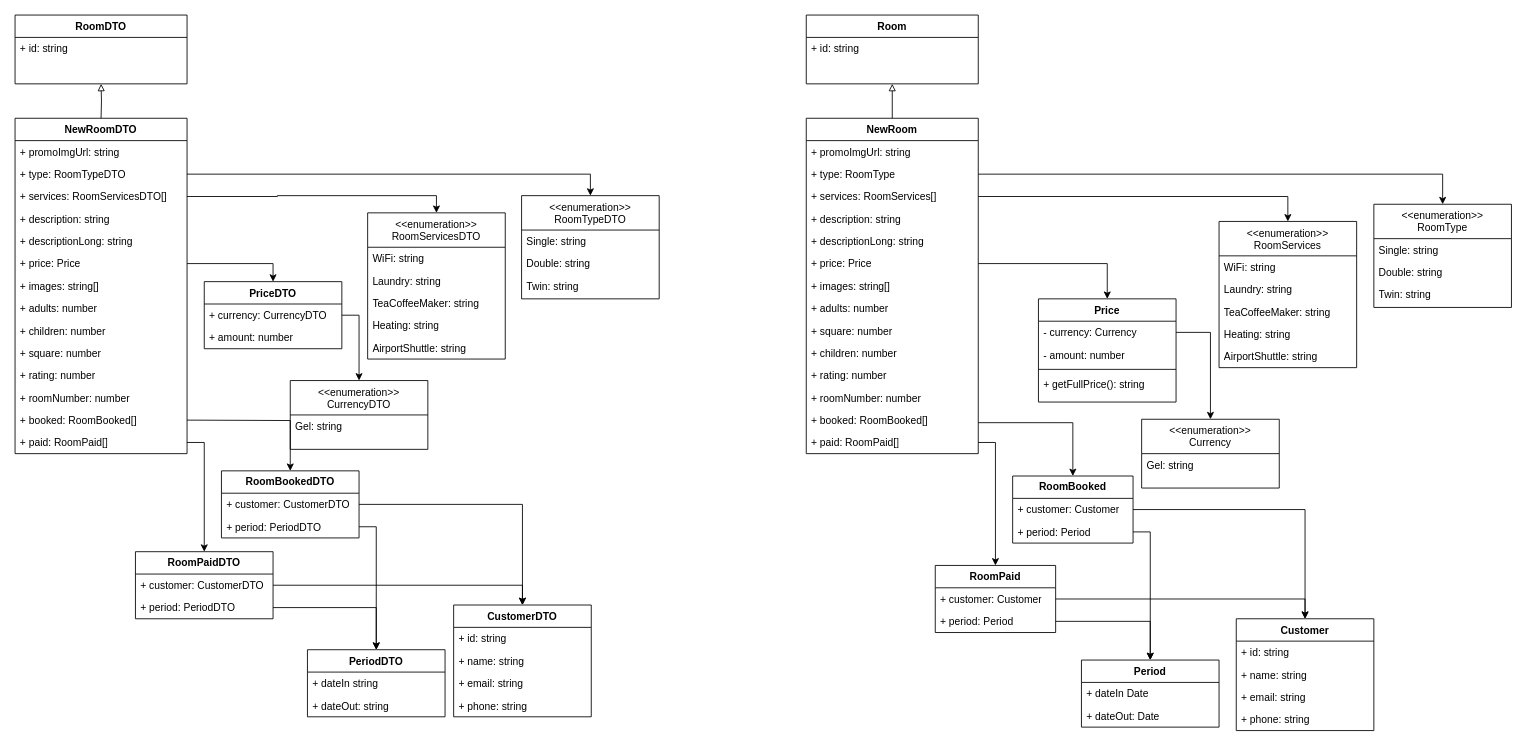
Before: docs/models.drawio in tritonJS826/goldenFleece, a draw.io diagram. Source tidied: cells renumbered, new cells numbered last; positions are measured from the earlier drawing's top-left corner, leaving out a move shared by most shapes. Both pictures are drawn from the tidied source at 86%, with x=0, y=0 at pixel (15, 15).
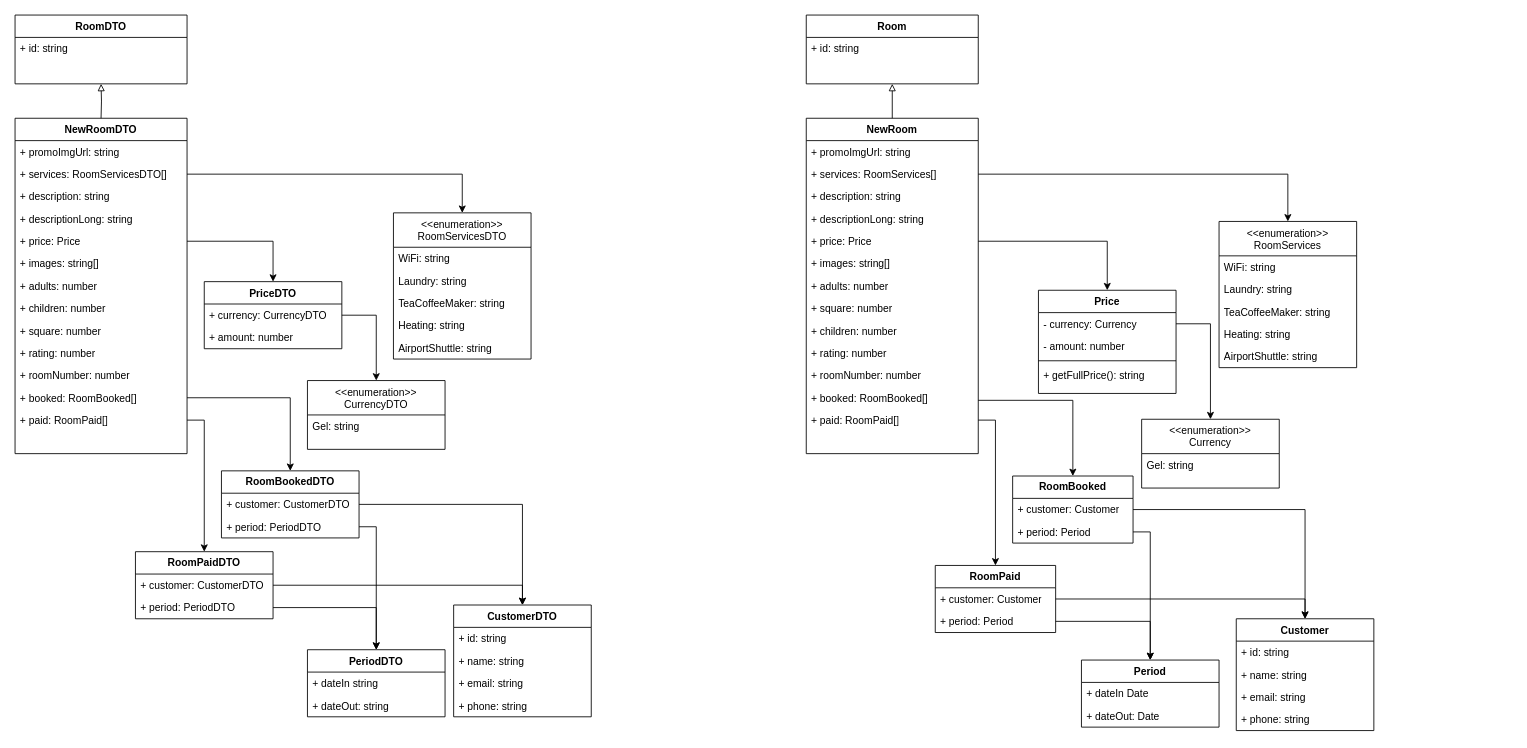
After the change.

Unchanged cells that the change refers to:
```xml
<mxCell id="19" value="NewRoom" style="swimlane;fontStyle=1;align=center;verticalAlign=top;horizontal=1;startSize=26;rounded=0;shadow=0;strokeWidth=1;fillColor=default;" parent="1" vertex="1">
  <mxGeometry x="920" y="120" width="200" height="390" as="geometry" />
</mxCell>
<mxCell id="52" value="NewRoomDTO" style="swimlane;fontStyle=1;align=center;verticalAlign=top;horizontal=1;startSize=26;rounded=0;shadow=0;strokeWidth=1;fillColor=default;" parent="1" vertex="1">
  <mxGeometry y="120" width="200" height="390" as="geometry" />
</mxCell>
<mxCell id="99" value="&lt;b&gt;RoomBookedDTO&lt;/b&gt;" style="swimlane;fontStyle=0;horizontal=1;startSize=26;fillColor=none;whiteSpace=wrap;html=1;" parent="1" vertex="1">
  <mxGeometry x="240" y="530" width="160" height="78" as="geometry" />
</mxCell>
```

Diff of the diagram source:
```diff
@@
-    <mxCell id="15" value="&lt;&lt;enumeration&gt;&gt;&#10;RoomType" style="swimlane;fontStyle=0;align=center;verticalAlign=top;horizontal=1;startSize=40;rounded=0;shadow=0;strokeWidth=1;" parent="1" vertex="1">
-      <mxGeometry x="1580" y="220" width="160" height="120" as="geometry" />
-    </mxCell>
-    <mxCell id="16" value="Single: string" style="text;align=left;verticalAlign=top;spacingLeft=4;spacingRight=4;overflow=hidden;" parent="15" vertex="1">
-      <mxGeometry y="40" width="160" height="26" as="geometry" />
-    </mxCell>
-    <mxCell id="17" value="Double: string" style="text;strokeColor=none;fillColor=none;align=left;verticalAlign=top;spacingLeft=4;spacingRight=4;overflow=hidden;whiteSpace=wrap;html=1;" parent="15" vertex="1">
-      <mxGeometry y="66" width="160" height="26" as="geometry" />
-    </mxCell>
-    <mxCell id="18" value="Twin: string" style="text;strokeColor=none;fillColor=none;align=left;verticalAlign=top;spacingLeft=4;spacingRight=4;overflow=hidden;whiteSpace=wrap;html=1;" parent="15" vertex="1">
-      <mxGeometry y="92" width="160" height="28" as="geometry" />
-    </mxCell>
@@
-    <mxCell id="21" value="+ type: RoomType" style="text;align=left;verticalAlign=top;spacingLeft=4;spacingRight=4;overflow=hidden;points=[[0,0.5],[1,0.5]];portConstraint=eastwest;rounded=0;shadow=0;html=0;" parent="19" vertex="1">
-      <mxGeometry y="52" width="200" height="26" as="geometry" />
-    </mxCell>
     <mxCell id="22" value="+ services: RoomServices[]" style="text;align=left;verticalAlign=top;spacingLeft=4;spacingRight=4;overflow=hidden;points=[[0,0.5],[1,0.5]];portConstraint=eastwest;" parent="19" vertex="1">
-      <mxGeometry y="78" width="200" height="26" as="geometry" />
+      <mxGeometry y="52" width="200" height="26" as="geometry" />
     </mxCell>
     <mxCell id="23" value="+ description: string" style="text;align=left;verticalAlign=top;spacingLeft=4;spacingRight=4;overflow=hidden;rounded=0;shadow=0;html=0;" parent="19" vertex="1">
-      <mxGeometry y="104" width="200" height="26" as="geometry" />
+      <mxGeometry y="78" width="200" height="26" as="geometry" />
     </mxCell>
     <mxCell id="24" value="+ descriptionLong: string" style="text;align=left;verticalAlign=top;spacingLeft=4;spacingRight=4;overflow=hidden;rounded=0;shadow=0;html=0;" parent="19" vertex="1">
-      <mxGeometry y="130" width="200" height="26" as="geometry" />
+      <mxGeometry y="104" width="200" height="26" as="geometry" />
     </mxCell>
     <mxCell id="25" value="+ price: Price" style="text;align=left;verticalAlign=top;spacingLeft=4;spacingRight=4;overflow=hidden;points=[[0,0.5],[1,0.5]];portConstraint=eastwest;" parent="19" vertex="1">
-      <mxGeometry y="156" width="200" height="26" as="geometry" />
+      <mxGeometry y="130" width="200" height="26" as="geometry" />
     </mxCell>
     <mxCell id="26" value="+ images: string[]" style="text;align=left;verticalAlign=top;spacingLeft=4;spacingRight=4;overflow=hidden;rounded=0;shadow=0;html=0;" parent="19" vertex="1">
-      <mxGeometry y="182" width="200" height="26" as="geometry" />
+      <mxGeometry y="156" width="200" height="26" as="geometry" />
     </mxCell>
     <mxCell id="27" value="+ adults: number" style="text;align=left;verticalAlign=top;spacingLeft=4;spacingRight=4;overflow=hidden;" parent="19" vertex="1">
-      <mxGeometry y="208" width="200" height="26" as="geometry" />
+      <mxGeometry y="182" width="200" height="26" as="geometry" />
     </mxCell>
     <mxCell id="28" value="+ square: number" style="text;align=left;verticalAlign=top;spacingLeft=4;spacingRight=4;overflow=hidden;rounded=0;shadow=0;html=0;" parent="19" vertex="1">
-      <mxGeometry y="234" width="200" height="26" as="geometry" />
+      <mxGeometry y="208" width="200" height="26" as="geometry" />
     </mxCell>
     <mxCell id="29" value="+ children: number" style="text;align=left;verticalAlign=top;spacingLeft=4;spacingRight=4;overflow=hidden;rounded=0;shadow=0;html=0;" parent="19" vertex="1">
-      <mxGeometry y="260" width="200" height="26" as="geometry" />
+      <mxGeometry y="234" width="200" height="26" as="geometry" />
     </mxCell>
     <mxCell id="30" value="+ rating: number" style="text;align=left;verticalAlign=top;spacingLeft=4;spacingRight=4;overflow=hidden;rounded=0;shadow=0;html=0;" parent="19" vertex="1">
-      <mxGeometry y="286" width="200" height="26" as="geometry" />
+      <mxGeometry y="260" width="200" height="26" as="geometry" />
     </mxCell>
     <mxCell id="31" value="+ roomNumber: number" style="text;strokeColor=none;fillColor=none;align=left;verticalAlign=top;spacingLeft=4;spacingRight=4;overflow=hidden;whiteSpace=wrap;html=1;" parent="19" vertex="1">
-      <mxGeometry y="312" width="200" height="26" as="geometry" />
+      <mxGeometry y="286" width="200" height="26" as="geometry" />
     </mxCell>
     <mxCell id="32" value="+ booked: RoomBooked[]" style="text;strokeColor=none;fillColor=none;align=left;verticalAlign=top;spacingLeft=4;spacingRight=4;overflow=hidden;points=[[0,0.5],[1,0.5]];portConstraint=eastwest;whiteSpace=wrap;html=1;" parent="19" vertex="1">
-      <mxGeometry y="338" width="200" height="26" as="geometry" />
+      <mxGeometry y="312" width="200" height="26" as="geometry" />
     </mxCell>
     <mxCell id="33" value="+ paid: RoomPaid[]" style="text;strokeColor=none;fillColor=none;align=left;verticalAlign=top;spacingLeft=4;spacingRight=4;overflow=hidden;points=[[0,0.5],[1,0.5]];portConstraint=eastwest;whiteSpace=wrap;html=1;" parent="19" vertex="1">
-      <mxGeometry y="364" width="200" height="26" as="geometry" />
+      <mxGeometry y="338" width="200" height="26" as="geometry" />
     </mxCell>
@@
     <mxCell id="37" value="Price" style="swimlane;fontStyle=1;align=center;verticalAlign=top;horizontal=1;startSize=26;whiteSpace=wrap;html=1;" parent="1" vertex="1">
-      <mxGeometry x="1190" y="330" width="160" height="120" as="geometry" />
+      <mxGeometry x="1190" y="320" width="160" height="120" as="geometry" />
     </mxCell>
@@
     <mxCell id="42" value="&lt;&lt;enumeration&gt;&gt;&#10;RoomServicesDTO" style="swimlane;fontStyle=0;align=center;verticalAlign=top;horizontal=1;startSize=40;rounded=0;shadow=0;strokeWidth=1;" parent="1" vertex="1">
-      <mxGeometry x="410" y="230" width="160" height="170" as="geometry" />
+      <mxGeometry x="440" y="230" width="160" height="170" as="geometry" />
     </mxCell>
@@
-    <mxCell id="48" value="&lt;&lt;enumeration&gt;&gt;&#10;RoomTypeDTO" style="swimlane;fontStyle=0;align=center;verticalAlign=top;horizontal=1;startSize=40;rounded=0;shadow=0;strokeWidth=1;" parent="1" vertex="1">
-      <mxGeometry x="589" y="210" width="160" height="120" as="geometry" />
-    </mxCell>
-    <mxCell id="49" value="Single: string" style="text;align=left;verticalAlign=top;spacingLeft=4;spacingRight=4;overflow=hidden;" parent="48" vertex="1">
-      <mxGeometry y="40" width="160" height="26" as="geometry" />
-    </mxCell>
-    <mxCell id="50" value="Double: string" style="text;strokeColor=none;fillColor=none;align=left;verticalAlign=top;spacingLeft=4;spacingRight=4;overflow=hidden;whiteSpace=wrap;html=1;" parent="48" vertex="1">
-      <mxGeometry y="66" width="160" height="26" as="geometry" />
-    </mxCell>
-    <mxCell id="51" value="Twin: string" style="text;strokeColor=none;fillColor=none;align=left;verticalAlign=top;spacingLeft=4;spacingRight=4;overflow=hidden;whiteSpace=wrap;html=1;" parent="48" vertex="1">
-      <mxGeometry y="92" width="160" height="28" as="geometry" />
-    </mxCell>
@@
-    <mxCell id="54" value="+ type: RoomTypeDTO" style="text;align=left;verticalAlign=top;spacingLeft=4;spacingRight=4;overflow=hidden;points=[[0,0.5],[1,0.5]];portConstraint=eastwest;rounded=0;shadow=0;html=0;" parent="52" vertex="1">
-      <mxGeometry y="52" width="200" height="26" as="geometry" />
-    </mxCell>
     <mxCell id="55" value="+ services: RoomServicesDTO[]" style="text;align=left;verticalAlign=top;spacingLeft=4;spacingRight=4;overflow=hidden;points=[[0,0.5],[1,0.5]];portConstraint=eastwest;" parent="52" vertex="1">
-      <mxGeometry y="78" width="200" height="26" as="geometry" />
+      <mxGeometry y="52" width="200" height="26" as="geometry" />
     </mxCell>
     <mxCell id="56" value="+ description: string" style="text;align=left;verticalAlign=top;spacingLeft=4;spacingRight=4;overflow=hidden;rounded=0;shadow=0;html=0;" parent="52" vertex="1">
-      <mxGeometry y="104" width="200" height="26" as="geometry" />
+      <mxGeometry y="78" width="200" height="26" as="geometry" />
     </mxCell>
     <mxCell id="57" value="+ descriptionLong: string" style="text;align=left;verticalAlign=top;spacingLeft=4;spacingRight=4;overflow=hidden;rounded=0;shadow=0;html=0;" parent="52" vertex="1">
-      <mxGeometry y="130" width="200" height="26" as="geometry" />
+      <mxGeometry y="104" width="200" height="26" as="geometry" />
     </mxCell>
     <mxCell id="58" value="+ price: Price" style="text;align=left;verticalAlign=top;spacingLeft=4;spacingRight=4;overflow=hidden;points=[[0,0.5],[1,0.5]];portConstraint=eastwest;" parent="52" vertex="1">
-      <mxGeometry y="156" width="200" height="26" as="geometry" />
+      <mxGeometry y="130" width="200" height="26" as="geometry" />
     </mxCell>
     <mxCell id="59" value="+ images: string[]" style="text;align=left;verticalAlign=top;spacingLeft=4;spacingRight=4;overflow=hidden;rounded=0;shadow=0;html=0;" parent="52" vertex="1">
-      <mxGeometry y="182" width="200" height="26" as="geometry" />
+      <mxGeometry y="156" width="200" height="26" as="geometry" />
     </mxCell>
     <mxCell id="60" value="+ adults: number" style="text;align=left;verticalAlign=top;spacingLeft=4;spacingRight=4;overflow=hidden;" parent="52" vertex="1">
-      <mxGeometry y="208" width="200" height="26" as="geometry" />
+      <mxGeometry y="182" width="200" height="26" as="geometry" />
     </mxCell>
     <mxCell id="61" value="+ children: number" style="text;align=left;verticalAlign=top;spacingLeft=4;spacingRight=4;overflow=hidden;rounded=0;shadow=0;html=0;" parent="52" vertex="1">
-      <mxGeometry y="234" width="200" height="26" as="geometry" />
+      <mxGeometry y="208" width="200" height="26" as="geometry" />
     </mxCell>
     <mxCell id="62" value="+ square: number" style="text;align=left;verticalAlign=top;spacingLeft=4;spacingRight=4;overflow=hidden;rounded=0;shadow=0;html=0;" parent="52" vertex="1">
-      <mxGeometry y="260" width="200" height="26" as="geometry" />
+      <mxGeometry y="234" width="200" height="26" as="geometry" />
     </mxCell>
     <mxCell id="63" value="+ rating: number" style="text;align=left;verticalAlign=top;spacingLeft=4;spacingRight=4;overflow=hidden;rounded=0;shadow=0;html=0;" parent="52" vertex="1">
-      <mxGeometry y="286" width="200" height="26" as="geometry" />
+      <mxGeometry y="260" width="200" height="26" as="geometry" />
     </mxCell>
     <mxCell id="64" value="+ roomNumber: number" style="text;strokeColor=none;fillColor=none;align=left;verticalAlign=top;spacingLeft=4;spacingRight=4;overflow=hidden;whiteSpace=wrap;html=1;" parent="52" vertex="1">
-      <mxGeometry y="312" width="200" height="26" as="geometry" />
+      <mxGeometry y="286" width="200" height="26" as="geometry" />
     </mxCell>
     <mxCell id="65" value="+ booked: RoomBooked[]" style="text;strokeColor=none;fillColor=none;align=left;verticalAlign=top;spacingLeft=4;spacingRight=4;overflow=hidden;points=[[0,0.5],[1,0.5]];portConstraint=eastwest;whiteSpace=wrap;html=1;" parent="52" vertex="1">
-      <mxGeometry y="338" width="200" height="26" as="geometry" />
+      <mxGeometry y="312" width="200" height="26" as="geometry" />
     </mxCell>
     <mxCell id="66" value="+ paid: RoomPaid[]" style="text;strokeColor=none;fillColor=none;align=left;verticalAlign=top;spacingLeft=4;spacingRight=4;overflow=hidden;points=[[0,0.5],[1,0.5]];portConstraint=eastwest;whiteSpace=wrap;html=1;" parent="52" vertex="1">
-      <mxGeometry y="364" width="200" height="26" as="geometry" />
+      <mxGeometry y="338" width="200" height="26" as="geometry" />
     </mxCell>
     <mxCell id="67" value="&lt;&lt;enumeration&gt;&gt;&#10;CurrencyDTO" style="swimlane;fontStyle=0;align=center;verticalAlign=top;horizontal=1;startSize=40;rounded=0;shadow=0;strokeWidth=1;" parent="1" vertex="1">
-      <mxGeometry x="320" y="425" width="160" height="80" as="geometry" />
+      <mxGeometry x="340" y="425" width="160" height="80" as="geometry" />
     </mxCell>
@@
-    <mxCell id="79" style="edgeStyle=orthogonalEdgeStyle;rounded=0;jettySize=auto;html=1;entryX=0.5;entryY=0;entryDx=0;entryDy=0;" parent="1" edge="1" source="21" target="15">
-      <mxGeometry relative="1" as="geometry" />
-    </mxCell>
@@
-    <mxCell id="81" style="edgeStyle=orthogonalEdgeStyle;rounded=0;jettySize=auto;html=1;entryX=0.5;entryY=0;entryDx=0;entryDy=0;" parent="1" edge="1" source="54" target="48">
-      <mxGeometry relative="1" as="geometry" />
-    </mxCell>
@@
-    <mxCell id="102" style="edgeStyle=orthogonalEdgeStyle;rounded=0;jettySize=auto;html=1;entryX=0.5;entryY=0;entryDx=0;entryDy=0;" parent="1" edge="1" target="99">
-      <mxGeometry relative="1" as="geometry">
-        <mxPoint x="200" y="471" as="sourcePoint" />
-      </mxGeometry>
+    <mxCell id="102" style="edgeStyle=orthogonalEdgeStyle;rounded=0;jettySize=auto;html=1;entryX=0.5;entryY=0;entryDx=0;entryDy=0;exitX=1;exitY=0.5;exitDx=0;exitDy=0;" parent="1" edge="1" source="65" target="99">
+      <mxGeometry relative="1" as="geometry" />
     </mxCell>
```
